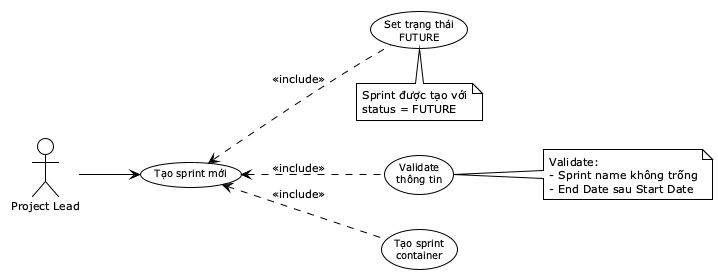
toantran292/datn keeps this PlantUML diagram as reports/dat-examples/report/images/uc02_1_create_sprint.png. Above is the earlier version.
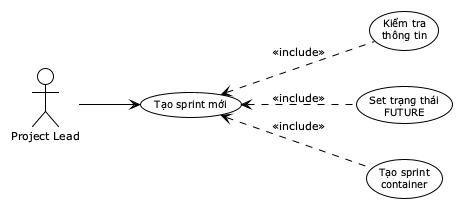
After the change.

Diff of the diagram source:
```diff
@@ -8,7 +8,7 @@
 actor "Project Lead" as PL
 
 usecase "Tạo sprint mới" as UC_Create
-usecase "Validate\nthông tin" as UC_Validate
+usecase "Kiểm tra\nthông tin" as UC_Validate
 usecase "Set trạng thái\nFUTURE" as UC_SetStatus
 usecase "Tạo sprint\ncontainer" as UC_Container
 
@@ -18,15 +18,6 @@
 UC_SetStatus .up.> UC_Create : <<include>>
 UC_Container .up.> UC_Create : <<include>>
 
-note right of UC_Validate
-  Validate:
-  - Sprint name không trống
-  - End Date sau Start Date
-end note
 
-note bottom of UC_SetStatus
-  Sprint được tạo với
-  status = FUTURE
-end note
 
 @enduml
```
